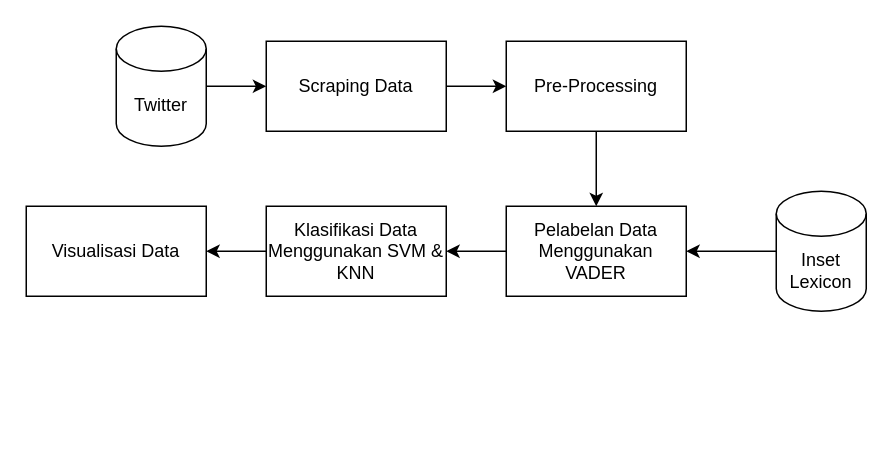
Above: page "Flowchart-Pelabelan-Data" (2 of 3) of File/Flowchart-Skripsi.drawio in ANZ007/skripsi (draw.io), before the change. Source tidied: cells renumbered, new cells numbered last; positions are measured from the earlier drawing's top-left corner, leaving out a move shared by most shapes. Both pictures are drawn from the tidied source at 150%, with x=0, y=0 at pixel (26, 26).
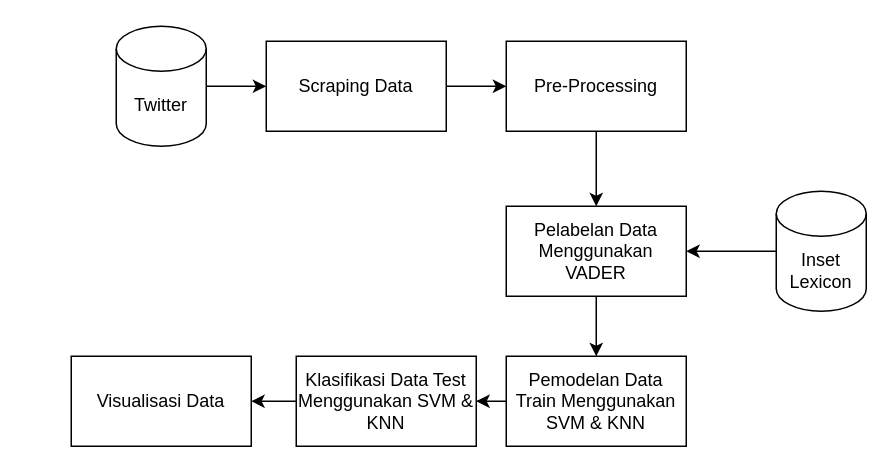
Above is the later version.

The edit, as a diff of the source:
```diff
@@
 <mxGraphModel>
   <root>
     <mxCell id="0" />
     <mxCell id="1" parent="0" />
     <mxCell id="2" style="edgeStyle=orthogonalEdgeStyle;rounded=0;jettySize=auto;html=1;" parent="1" edge="1" source="3" target="5">
       <mxGeometry relative="1" as="geometry" />
     </mxCell>
     <mxCell id="3" value="Scraping Data" style="rounded=0;whiteSpace=wrap;html=1;glass=0;strokeColor=default;fillColor=none;gradientColor=none;" parent="1" vertex="1">
       <mxGeometry x="160" y="10" width="120" height="60" as="geometry" />
     </mxCell>
     <mxCell id="4" style="edgeStyle=orthogonalEdgeStyle;rounded=0;jettySize=auto;html=1;" parent="1" edge="1" source="5" target="9">
       <mxGeometry relative="1" as="geometry" />
     </mxCell>
     <mxCell id="5" value="Pre-Processing" style="whiteSpace=wrap;html=1;fillColor=none;rounded=0;glass=0;gradientColor=none;" parent="1" vertex="1">
       <mxGeometry x="320" y="10" width="120" height="60" as="geometry" />
     </mxCell>
     <mxCell id="6" style="edgeStyle=orthogonalEdgeStyle;rounded=0;jettySize=auto;html=1;" parent="1" edge="1" source="7" target="3">
       <mxGeometry relative="1" as="geometry" />
     </mxCell>
     <mxCell id="7" value="&lt;div&gt;Twitter&lt;/div&gt;" style="shape=cylinder3;whiteSpace=wrap;html=1;boundedLbl=1;backgroundOutline=1;size=15;rounded=0;glass=0;strokeColor=default;fillColor=none;gradientColor=none;" parent="1" vertex="1">
       <mxGeometry x="60" width="60" height="80" as="geometry" />
     </mxCell>
-    <mxCell id="8" style="edgeStyle=orthogonalEdgeStyle;rounded=0;jettySize=auto;html=1;" parent="1" edge="1" source="9" target="13">
-      <mxGeometry relative="1" as="geometry" />
-    </mxCell>
+    <mxCell id="15" style="edgeStyle=orthogonalEdgeStyle;rounded=0;jettySize=auto;html=1;" parent="1" edge="1" source="9" target="17">
+      <mxGeometry relative="1" as="geometry" />
+    </mxCell>
     <mxCell id="9" value="Pelabelan Data Menggunakan VADER" style="whiteSpace=wrap;html=1;fillColor=none;rounded=0;glass=0;gradientColor=none;" parent="1" vertex="1">
       <mxGeometry x="320" y="120" width="120" height="60" as="geometry" />
     </mxCell>
     <mxCell id="10" style="edgeStyle=orthogonalEdgeStyle;rounded=0;jettySize=auto;html=1;" parent="1" edge="1" source="11" target="9">
       <mxGeometry relative="1" as="geometry" />
     </mxCell>
     <mxCell id="11" value="Inset Lexicon" style="shape=cylinder3;whiteSpace=wrap;html=1;boundedLbl=1;backgroundOutline=1;size=15;rounded=0;glass=0;strokeColor=default;fillColor=none;gradientColor=none;" parent="1" vertex="1">
       <mxGeometry x="500" y="110" width="60" height="80" as="geometry" />
     </mxCell>
     <mxCell id="12" style="edgeStyle=orthogonalEdgeStyle;rounded=0;jettySize=auto;html=1;" parent="1" edge="1" source="13" target="14">
       <mxGeometry relative="1" as="geometry" />
     </mxCell>
-    <mxCell id="13" value="Klasifikasi Data Menggunakan SVM &amp;amp; KNN" style="whiteSpace=wrap;html=1;fillColor=none;rounded=0;glass=0;gradientColor=none;" parent="1" vertex="1">
-      <mxGeometry x="160" y="120" width="120" height="60" as="geometry" />
+    <mxCell id="13" value="&lt;div&gt;Klasifikasi Data Test Menggunakan SVM &amp;amp; KNN&lt;/div&gt;" style="whiteSpace=wrap;html=1;fillColor=none;rounded=0;glass=0;gradientColor=none;" parent="1" vertex="1">
+      <mxGeometry x="180" y="220" width="120" height="60" as="geometry" />
     </mxCell>
     <mxCell id="14" value="Visualisasi Data" style="whiteSpace=wrap;html=1;fillColor=none;rounded=0;glass=0;gradientColor=none;" parent="1" vertex="1">
-      <mxGeometry y="120" width="120" height="60" as="geometry" />
+      <mxGeometry x="30" y="220" width="120" height="60" as="geometry" />
     </mxCell>
+    <mxCell id="16" style="edgeStyle=orthogonalEdgeStyle;rounded=0;jettySize=auto;html=1;" parent="1" edge="1" source="17" target="13">
+      <mxGeometry relative="1" as="geometry" />
+    </mxCell>
+    <mxCell id="17" value="&lt;div&gt;Pemodelan Data Train Menggunakan SVM &amp;amp; KNN&lt;/div&gt;" style="whiteSpace=wrap;html=1;fillColor=none;rounded=0;glass=0;gradientColor=none;" parent="1" vertex="1">
+      <mxGeometry x="320" y="220" width="120" height="60" as="geometry" />
+    </mxCell>
   </root>
 </mxGraphModel>
```
